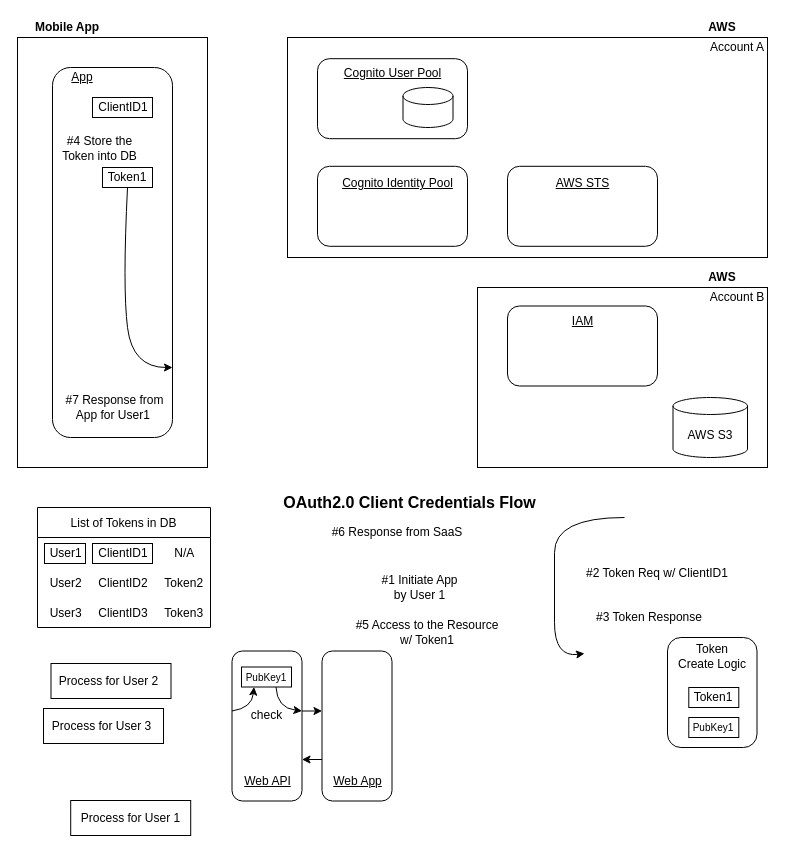
This is AWS_Cognito.drawio from developer-onizuka/OAuth2.0_Authorization, a draw.io file, before an edit. Source tidied: cells renumbered, new cells numbered last; positions are measured from the earlier drawing's top-left corner, leaving out a move shared by most shapes. Both pictures are drawn from the tidied source at 100%, with x=0, y=0 at pixel (17, 17).
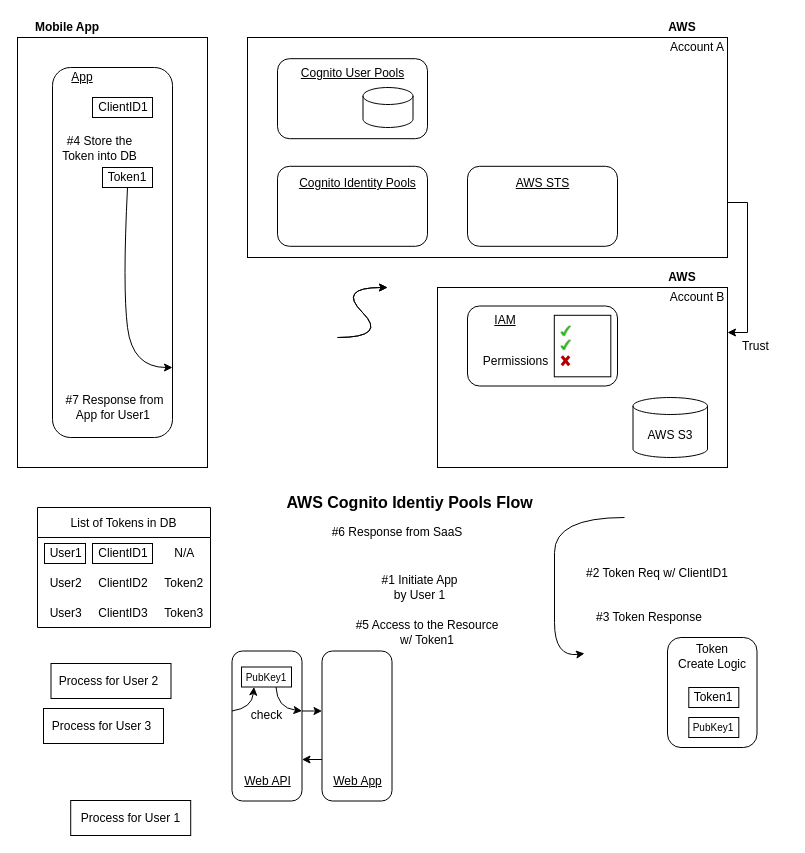
The same diagram, later.

The edit, as a diff of the source:
```diff
@@
+    <mxCell id="67" style="edgeStyle=orthogonalEdgeStyle;rounded=0;jettySize=auto;html=1;exitX=1;exitY=0.75;exitDx=0;exitDy=0;entryX=1;entryY=0.25;entryDx=0;entryDy=0;startArrow=none;startFill=0;" parent="1" edge="1" source="11" target="17">
+      <mxGeometry relative="1" as="geometry" />
+    </mxCell>
     <mxCell id="11" style="rounded=0;whiteSpace=wrap;html=1;" parent="1" vertex="1">
-      <mxGeometry x="270" y="20" width="480" height="220" as="geometry" />
+      <mxGeometry x="230" y="20" width="480" height="220" as="geometry" />
     </mxCell>
     <mxCell id="12" value="AWS" style="text;html=1;strokeColor=none;fillColor=none;align=center;verticalAlign=middle;whiteSpace=wrap;rounded=0;fontStyle=1;" parent="1" vertex="1">
-      <mxGeometry x="660" width="90" height="20" as="geometry" />
+      <mxGeometry x="620" width="90" height="20" as="geometry" />
     </mxCell>
     <mxCell id="13" style="rounded=1;whiteSpace=wrap;html=1;" parent="1" vertex="1">
-      <mxGeometry x="300" y="148.8" width="150" height="80" as="geometry" />
+      <mxGeometry x="260" y="148.8" width="150" height="80" as="geometry" />
     </mxCell>
-    <mxCell id="14" value="Cognito Identity Pool" style="text;html=1;strokeColor=none;fillColor=none;align=center;verticalAlign=middle;whiteSpace=wrap;rounded=0;fontStyle=4;" parent="1" vertex="1">
-      <mxGeometry x="319.5" y="158.8" width="121" height="15" as="geometry" />
+    <mxCell id="14" value="Cognito Identity Pools" style="text;html=1;strokeColor=none;fillColor=none;align=center;verticalAlign=middle;whiteSpace=wrap;rounded=0;fontStyle=4;" parent="1" vertex="1">
+      <mxGeometry x="279.5" y="158.8" width="121" height="15" as="geometry" />
     </mxCell>
@@
     <mxCell id="17" style="rounded=0;whiteSpace=wrap;html=1;" parent="1" vertex="1">
-      <mxGeometry x="460" y="270" width="290" height="180" as="geometry" />
+      <mxGeometry x="420" y="270" width="290" height="180" as="geometry" />
     </mxCell>
     <mxCell id="18" value="AWS" style="text;html=1;strokeColor=none;fillColor=none;align=center;verticalAlign=middle;whiteSpace=wrap;rounded=0;fontStyle=1;" parent="1" vertex="1">
-      <mxGeometry x="660" y="250" width="90" height="20" as="geometry" />
+      <mxGeometry x="620" y="250" width="90" height="20" as="geometry" />
     </mxCell>
@@
     <mxCell id="23" value="Account A" style="text;html=1;strokeColor=none;fillColor=none;align=center;verticalAlign=middle;whiteSpace=wrap;rounded=0;" parent="1" vertex="1">
-      <mxGeometry x="690" y="20" width="60" height="20" as="geometry" />
+      <mxGeometry x="650" y="20" width="60" height="20" as="geometry" />
     </mxCell>
@@
-    <mxCell id="47" value="&lt;font style=&quot;font-size: 16px;&quot;&gt;OAuth2.0 Client Credentials Flow&lt;/font&gt;" style="text;html=1;strokeColor=none;fillColor=none;align=center;verticalAlign=middle;whiteSpace=wrap;rounded=0;fontStyle=1;strokeWidth=1;" parent="1" vertex="1">
+    <mxCell id="47" value="&lt;font style=&quot;font-size: 16px;&quot;&gt;AWS Cognito Identiy Pools Flow&lt;/font&gt;" style="text;html=1;strokeColor=none;fillColor=none;align=center;verticalAlign=middle;whiteSpace=wrap;rounded=0;fontStyle=1;strokeWidth=1;" parent="1" vertex="1">
       <mxGeometry x="230" y="470" width="324.5" height="30" as="geometry" />
     </mxCell>
@@
     <mxCell id="57" style="rounded=1;whiteSpace=wrap;html=1;" parent="1" vertex="1">
-      <mxGeometry x="490" y="148.8" width="150" height="80" as="geometry" />
+      <mxGeometry x="450" y="148.8" width="150" height="80" as="geometry" />
     </mxCell>
     <mxCell id="58" value="AWS STS" style="text;html=1;strokeColor=none;fillColor=none;align=center;verticalAlign=middle;whiteSpace=wrap;rounded=0;fontStyle=4;" parent="1" vertex="1">
-      <mxGeometry x="504.5" y="158.8" width="121" height="15" as="geometry" />
+      <mxGeometry x="464.5" y="158.8" width="121" height="15" as="geometry" />
     </mxCell>
     <mxCell id="59" style="rounded=1;whiteSpace=wrap;html=1;" parent="1" vertex="1">
-      <mxGeometry x="490" y="288.5" width="150" height="80" as="geometry" />
+      <mxGeometry x="450" y="288.5" width="150" height="80" as="geometry" />
     </mxCell>
     <mxCell id="60" value="IAM" style="text;html=1;strokeColor=none;fillColor=none;align=center;verticalAlign=middle;whiteSpace=wrap;rounded=0;fontStyle=4;" parent="1" vertex="1">
-      <mxGeometry x="504.5" y="296" width="121" height="15" as="geometry" />
+      <mxGeometry x="454.5" y="295" width="65.5" height="15" as="geometry" />
     </mxCell>
     <mxCell id="61" style="rounded=1;whiteSpace=wrap;html=1;" parent="1" vertex="1">
-      <mxGeometry x="300" y="41.2" width="150" height="80" as="geometry" />
+      <mxGeometry x="260" y="41.2" width="150" height="80" as="geometry" />
     </mxCell>
-    <mxCell id="62" value="Cognito User Pool" style="text;html=1;strokeColor=none;fillColor=none;align=center;verticalAlign=middle;whiteSpace=wrap;rounded=0;fontStyle=4;" parent="1" vertex="1">
-      <mxGeometry x="314.5" y="48.8" width="121" height="15" as="geometry" />
+    <mxCell id="62" value="Cognito User Pools" style="text;html=1;strokeColor=none;fillColor=none;align=center;verticalAlign=middle;whiteSpace=wrap;rounded=0;fontStyle=4;" parent="1" vertex="1">
+      <mxGeometry x="274.5" y="48.8" width="121" height="15" as="geometry" />
     </mxCell>
     <mxCell id="63" value="Account B" style="text;html=1;strokeColor=none;fillColor=none;align=center;verticalAlign=middle;whiteSpace=wrap;rounded=0;" parent="1" vertex="1">
-      <mxGeometry x="690" y="270" width="60" height="20" as="geometry" />
+      <mxGeometry x="650" y="270" width="60" height="20" as="geometry" />
     </mxCell>
     <mxCell id="64" style="shape=cylinder3;whiteSpace=wrap;html=1;boundedLbl=1;backgroundOutline=1;size=8.5;" parent="1" vertex="1">
-      <mxGeometry x="385.5" y="70" width="50" height="40" as="geometry" />
+      <mxGeometry x="345.5" y="70" width="50" height="40" as="geometry" />
     </mxCell>
     <mxCell id="65" style="shape=cylinder3;whiteSpace=wrap;html=1;boundedLbl=1;backgroundOutline=1;size=8.5;" parent="1" vertex="1">
-      <mxGeometry x="655.5" y="380" width="74.5" height="60" as="geometry" />
+      <mxGeometry x="615.5" y="380" width="74.5" height="60" as="geometry" />
     </mxCell>
     <mxCell id="66" value="AWS S3" style="text;html=1;strokeColor=none;fillColor=none;align=center;verticalAlign=middle;whiteSpace=wrap;rounded=0;" parent="1" vertex="1">
-      <mxGeometry x="650" y="400" width="86" height="35" as="geometry" />
+      <mxGeometry x="610" y="400" width="86" height="35" as="geometry" />
     </mxCell>
+    <mxCell id="68" value="Permissions" style="text;html=1;strokeColor=none;fillColor=none;align=center;verticalAlign=middle;whiteSpace=wrap;rounded=0;" parent="1" vertex="1">
+      <mxGeometry x="460.2" y="329.2" width="76.5" height="30" as="geometry" />
+    </mxCell>
+    <mxCell id="69" style="group;" parent="1" vertex="1">
+      <mxGeometry x="536.8" y="297.8" width="56.5" height="61.5" as="geometry" />
+    </mxCell>
+    <mxCell id="70" style="rounded=0;whiteSpace=wrap;html=1;" parent="69" vertex="1">
+      <mxGeometry width="56.5" height="61.5" as="geometry" />
+    </mxCell>
+    <mxCell id="71" style="shape=umlDestroy;whiteSpace=wrap;html=1;strokeWidth=3;fillColor=#e51400;strokeColor=#B20000;fontColor=#ffffff;" parent="69" vertex="1">
+      <mxGeometry x="7.5" y="41" width="7.4" height="9" as="geometry" />
+    </mxCell>
+    <mxCell id="72" style="verticalLabelPosition=bottom;verticalAlign=top;html=1;shape=mxgraph.basic.tick;fillColor=#00CC00;strokeColor=#82b366;" parent="69" vertex="1">
+      <mxGeometry x="6.5" y="10.5" width="9.8" height="10" as="geometry" />
+    </mxCell>
+    <mxCell id="73" style="verticalLabelPosition=bottom;verticalAlign=top;html=1;shape=mxgraph.basic.tick;fillColor=#00CC00;strokeColor=#82b366;" parent="69" vertex="1">
+      <mxGeometry x="6.5" y="24.5" width="9.8" height="10" as="geometry" />
+    </mxCell>
+    <mxCell id="74" style="curved=1;endArrow=classic;html=1;rounded=0;" parent="1" edge="1">
+      <mxGeometry relative="1" as="geometry">
+        <mxPoint x="320" y="320" as="sourcePoint" />
+        <mxPoint x="370" y="270" as="targetPoint" />
+        <Array as="points">
+          <mxPoint x="370" y="320" />
+          <mxPoint x="320" y="270" />
+        </Array>
+      </mxGeometry>
+    </mxCell>
+    <mxCell id="75" style="curved=1;endArrow=classic;html=1;rounded=0;" parent="1" edge="1">
+      <mxGeometry relative="1" as="geometry">
+        <mxPoint x="320" y="320" as="sourcePoint" />
+        <mxPoint x="370" y="270" as="targetPoint" />
+        <Array as="points">
+          <mxPoint x="370" y="320" />
+          <mxPoint x="320" y="270" />
+        </Array>
+      </mxGeometry>
+    </mxCell>
+    <mxCell id="76" value="Trust&amp;nbsp;" style="text;html=1;strokeColor=none;fillColor=none;align=center;verticalAlign=middle;whiteSpace=wrap;rounded=0;" parent="1" vertex="1">
+      <mxGeometry x="710" y="318.5" width="60" height="20" as="geometry" />
+    </mxCell>
```
